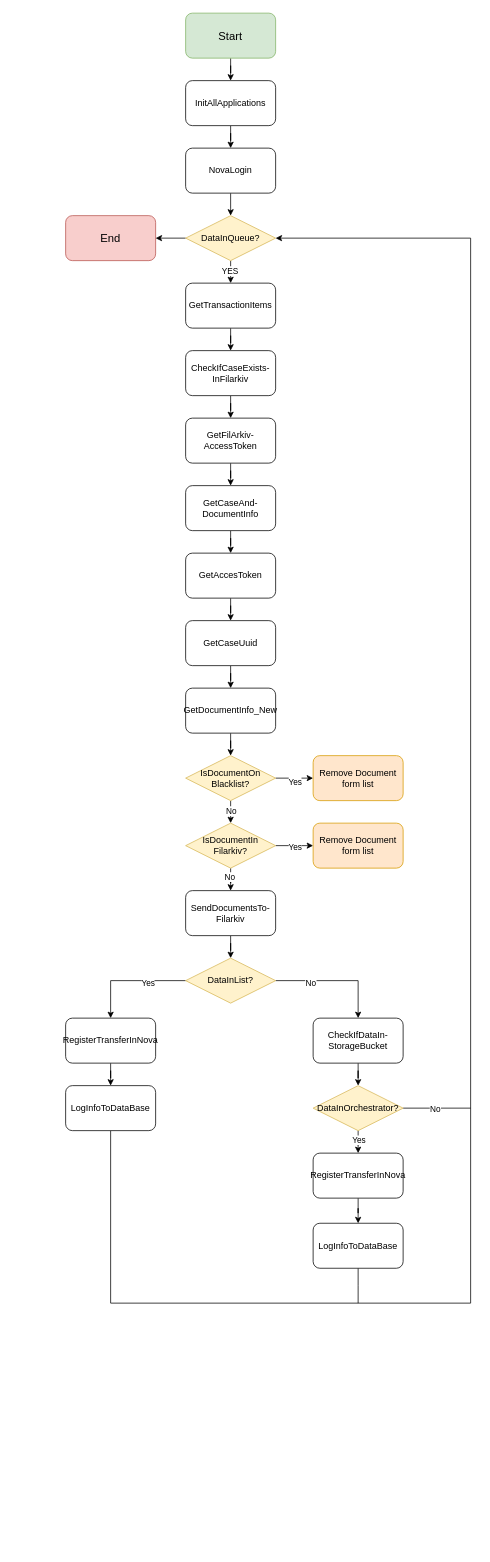
This is Documentation/NovaToFilarkiv.drawio from mtm-aarhus/NovaToFilarkiv, a draw.io file, before an edit. Source tidied: cells renumbered, new cells numbered last; positions are measured from the earlier drawing's top-left corner, leaving out a move shared by most shapes. Both pictures are drawn from the tidied source at 75%, with x=0, y=0 at pixel (65, 13).
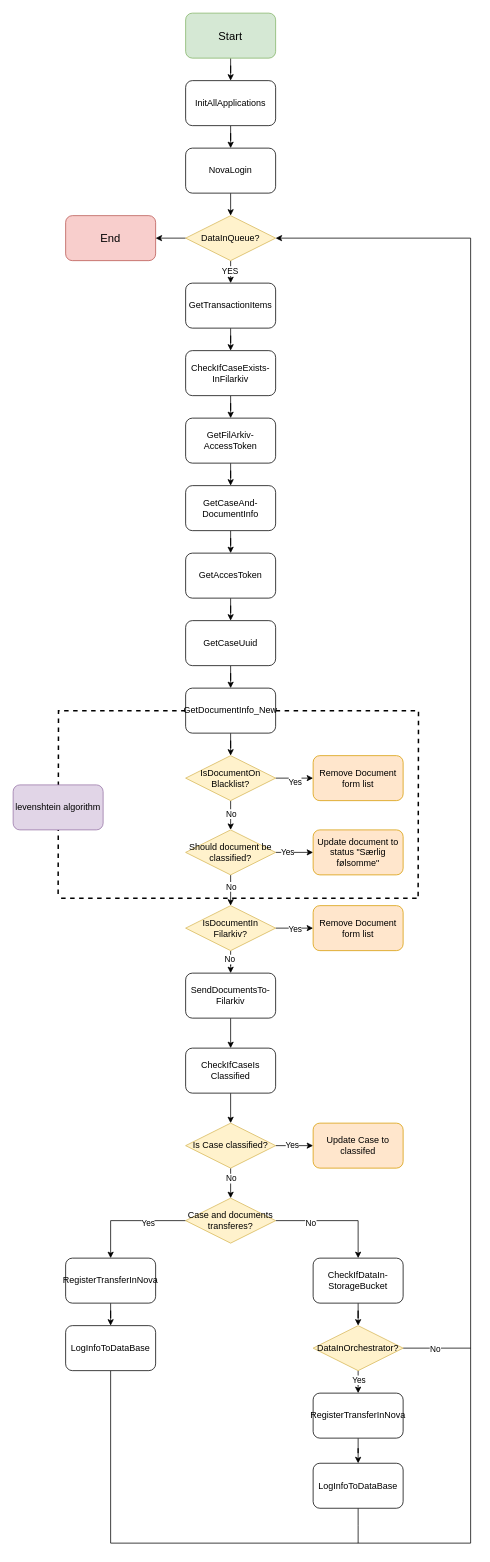
After the change.

Unchanged cells that the change refers to:
```xml
<mxCell id="11" value="DataInQueue?" style="rhombus;whiteSpace=wrap;html=1;fillColor=#fff2cc;strokeColor=#d6b656;" parent="1" vertex="1">
  <mxGeometry x="160" y="270" width="120" height="60" as="geometry" />
</mxCell>
<mxCell id="22" value="IsDocumentOn&lt;br&gt;Blacklist?" style="rhombus;whiteSpace=wrap;html=1;fillColor=#fff2cc;strokeColor=#d6b656;" parent="1" vertex="1">
  <mxGeometry x="160" y="990" width="120" height="60" as="geometry" />
</mxCell>
<mxCell id="36" value="GetDocumentInfo_New" style="rounded=1;whiteSpace=wrap;html=1;" parent="1" vertex="1">
  <mxGeometry x="160" y="900" width="120" height="60" as="geometry" />
</mxCell>
```

What changed in the source:
```diff
@@
     <mxCell id="17" value="RegisterTransferInNova" style="rounded=1;whiteSpace=wrap;html=1;" parent="1" vertex="1">
-      <mxGeometry y="1340" width="120" height="60" as="geometry" />
+      <mxGeometry y="1660" width="120" height="60" as="geometry" />
     </mxCell>
@@
-    <mxCell id="20" style="edgeStyle=orthogonalEdgeStyle;rounded=0;jettySize=auto;html=1;" parent="1" edge="1" source="22" target="42">
-      <mxGeometry relative="1" as="geometry" />
-    </mxCell>
-    <mxCell id="21" value="No" style="edgeLabel;html=1;align=center;verticalAlign=middle;" parent="20" vertex="1">
-      <mxGeometry x="0.32" relative="1" as="geometry" />
-    </mxCell>
+    <mxCell id="61" style="edgeStyle=orthogonalEdgeStyle;rounded=0;jettySize=auto;html=1;" parent="1" edge="1" source="22" target="70">
+      <mxGeometry relative="1" as="geometry" />
+    </mxCell>
+    <mxCell id="62" value="No" style="edgeLabel;html=1;align=center;verticalAlign=middle;" parent="61" vertex="1">
+      <mxGeometry x="-0.17" relative="1" as="geometry" />
+    </mxCell>
@@
     <mxCell id="24" value="CheckIfDataIn-&lt;br&gt;StorageBucket" style="rounded=1;whiteSpace=wrap;html=1;" parent="1" vertex="1">
-      <mxGeometry x="330" y="1340" width="120" height="60" as="geometry" />
+      <mxGeometry x="330" y="1660" width="120" height="60" as="geometry" />
     </mxCell>
     <mxCell id="25" style="edgeStyle=orthogonalEdgeStyle;rounded=0;jettySize=auto;html=1;entryX=1;entryY=0.5;entryDx=0;entryDy=0;" parent="1" edge="1" source="26" target="11">
       <mxGeometry relative="1" as="geometry">
         <Array as="points">
-          <mxPoint x="60" y="1720" />
-          <mxPoint x="540" y="1720" />
+          <mxPoint x="60" y="2040" />
+          <mxPoint x="540" y="2040" />
           <mxPoint x="540" y="300" />
         </Array>
       </mxGeometry>
     </mxCell>
     <mxCell id="26" value="LogInfoToDataBase" style="rounded=1;whiteSpace=wrap;html=1;" parent="1" vertex="1">
-      <mxGeometry y="1430" width="120" height="60" as="geometry" />
+      <mxGeometry y="1750" width="120" height="60" as="geometry" />
     </mxCell>
@@
+    <mxCell id="63" style="edgeStyle=orthogonalEdgeStyle;rounded=0;jettySize=auto;html=1;endArrow=none;endFill=0;dashed=1;strokeWidth=2;" parent="1" edge="1" source="36">
+      <mxGeometry relative="1" as="geometry">
+        <mxPoint x="470" y="1180" as="targetPoint" />
+      </mxGeometry>
+    </mxCell>
+    <mxCell id="64" style="edgeStyle=orthogonalEdgeStyle;rounded=0;jettySize=auto;html=1;endArrow=none;endFill=0;dashed=1;strokeWidth=2;" parent="1" edge="1" source="36">
+      <mxGeometry relative="1" as="geometry">
+        <mxPoint x="-10" y="1180" as="targetPoint" />
+      </mxGeometry>
+    </mxCell>
@@
     <mxCell id="42" value="IsDocumentIn&lt;br&gt;Filarkiv?" style="rhombus;whiteSpace=wrap;html=1;fillColor=#fff2cc;strokeColor=#d6b656;" parent="1" vertex="1">
-      <mxGeometry x="160" y="1080" width="120" height="60" as="geometry" />
+      <mxGeometry x="160" y="1190" width="120" height="60" as="geometry" />
     </mxCell>
     <mxCell id="43" value="Remove Document&lt;br&gt;form list" style="rounded=1;whiteSpace=wrap;html=1;fillColor=#ffe6cc;strokeColor=#d79b00;" parent="1" vertex="1">
-      <mxGeometry x="330" y="1080" width="120" height="60" as="geometry" />
+      <mxGeometry x="330" y="1190" width="120" height="60" as="geometry" />
     </mxCell>
-    <mxCell id="44" style="edgeStyle=orthogonalEdgeStyle;rounded=0;jettySize=auto;html=1;" parent="1" edge="1" source="45" target="50">
-      <mxGeometry relative="1" as="geometry" />
-    </mxCell>
+    <mxCell id="65" style="edgeStyle=orthogonalEdgeStyle;rounded=0;jettySize=auto;html=1;" parent="1" edge="1" source="45" target="75">
+      <mxGeometry relative="1" as="geometry" />
+    </mxCell>
     <mxCell id="45" value="SendDocumentsTo-&lt;br&gt;Filarkiv" style="rounded=1;whiteSpace=wrap;html=1;" parent="1" vertex="1">
-      <mxGeometry x="160" y="1170" width="120" height="60" as="geometry" />
+      <mxGeometry x="160" y="1280" width="120" height="60" as="geometry" />
     </mxCell>
@@
-    <mxCell id="50" value="DataInList?" style="rhombus;whiteSpace=wrap;html=1;fillColor=#fff2cc;strokeColor=#d6b656;" parent="1" vertex="1">
-      <mxGeometry x="160" y="1260" width="120" height="60" as="geometry" />
+    <mxCell id="50" value="Case and documents transferes?" style="rhombus;whiteSpace=wrap;html=1;fillColor=#fff2cc;strokeColor=#d6b656;" parent="1" vertex="1">
+      <mxGeometry x="160" y="1580" width="120" height="60" as="geometry" />
     </mxCell>
@@
     <mxCell id="53" style="edgeStyle=orthogonalEdgeStyle;rounded=0;jettySize=auto;html=1;endArrow=none;endFill=0;" parent="1" edge="1" source="55">
       <mxGeometry relative="1" as="geometry">
-        <mxPoint x="540" y="1460" as="targetPoint" />
+        <mxPoint x="540" y="1780" as="targetPoint" />
       </mxGeometry>
     </mxCell>
@@
     <mxCell id="55" value="DataInOrchestrator?" style="rhombus;whiteSpace=wrap;html=1;fillColor=#fff2cc;strokeColor=#d6b656;" parent="1" vertex="1">
-      <mxGeometry x="330" y="1430" width="120" height="60" as="geometry" />
+      <mxGeometry x="330" y="1750" width="120" height="60" as="geometry" />
     </mxCell>
@@
     <mxCell id="57" value="RegisterTransferInNova" style="rounded=1;whiteSpace=wrap;html=1;" parent="1" vertex="1">
-      <mxGeometry x="330" y="1520" width="120" height="60" as="geometry" />
+      <mxGeometry x="330" y="1840" width="120" height="60" as="geometry" />
     </mxCell>
     <mxCell id="58" style="edgeStyle=orthogonalEdgeStyle;rounded=0;jettySize=auto;html=1;endArrow=none;endFill=0;" parent="1" edge="1" source="59">
       <mxGeometry relative="1" as="geometry">
-        <mxPoint x="390" y="1720" as="targetPoint" />
+        <mxPoint x="390" y="2040" as="targetPoint" />
       </mxGeometry>
     </mxCell>
     <mxCell id="59" value="LogInfoToDataBase" style="rounded=1;whiteSpace=wrap;html=1;" parent="1" vertex="1">
-      <mxGeometry x="330" y="1613.5" width="120" height="60" as="geometry" />
+      <mxGeometry x="330" y="1933.5" width="120" height="60" as="geometry" />
     </mxCell>
@@
+    <mxCell id="66" style="edgeStyle=orthogonalEdgeStyle;rounded=0;jettySize=auto;html=1;" parent="1" edge="1" source="70" target="42">
+      <mxGeometry relative="1" as="geometry" />
+    </mxCell>
+    <mxCell id="67" value="No" style="edgeLabel;html=1;align=center;verticalAlign=middle;" parent="66" vertex="1">
+      <mxGeometry x="-0.27" relative="1" as="geometry" />
+    </mxCell>
+    <mxCell id="68" style="edgeStyle=orthogonalEdgeStyle;rounded=0;jettySize=auto;html=1;" parent="1" edge="1" source="70" target="71">
+      <mxGeometry relative="1" as="geometry" />
+    </mxCell>
+    <mxCell id="69" value="Yes" style="edgeLabel;html=1;align=center;verticalAlign=middle;" parent="68" vertex="1">
+      <mxGeometry x="-0.4" y="1" relative="1" as="geometry" />
+    </mxCell>
+    <mxCell id="70" value="Should document be classified?" style="rhombus;whiteSpace=wrap;html=1;fillColor=#fff2cc;strokeColor=#d6b656;" parent="1" vertex="1">
+      <mxGeometry x="160" y="1089" width="120" height="60" as="geometry" />
+    </mxCell>
+    <mxCell id="71" value="Update document to status &quot;Særlig følsomme&quot;" style="rounded=1;whiteSpace=wrap;html=1;fillColor=#ffe6cc;strokeColor=#d79b00;" parent="1" vertex="1">
+      <mxGeometry x="330" y="1089" width="120" height="60" as="geometry" />
+    </mxCell>
+    <mxCell id="72" value="levenshtein algorithm" style="rounded=1;whiteSpace=wrap;html=1;fillColor=#e1d5e7;strokeColor=#9673a6;" parent="1" vertex="1">
+      <mxGeometry x="-70" y="1029" width="120" height="60" as="geometry" />
+    </mxCell>
+    <mxCell id="73" style="endArrow=none;dashed=1;html=1;rounded=0;strokeWidth=2;" parent="1" edge="1">
+      <mxGeometry relative="1" as="geometry">
+        <mxPoint x="-6" y="1180" as="sourcePoint" />
+        <mxPoint x="474" y="1180" as="targetPoint" />
+      </mxGeometry>
+    </mxCell>
+    <mxCell id="74" style="edgeStyle=orthogonalEdgeStyle;rounded=0;jettySize=auto;html=1;" parent="1" edge="1" source="75" target="80">
+      <mxGeometry relative="1" as="geometry" />
+    </mxCell>
+    <mxCell id="75" value="CheckIfCaseIs&lt;div&gt;Classified&lt;/div&gt;" style="rounded=1;whiteSpace=wrap;html=1;" parent="1" vertex="1">
+      <mxGeometry x="160" y="1380" width="120" height="60" as="geometry" />
+    </mxCell>
+    <mxCell id="76" style="edgeStyle=orthogonalEdgeStyle;rounded=0;jettySize=auto;html=1;" parent="1" edge="1" source="80" target="50">
+      <mxGeometry relative="1" as="geometry" />
+    </mxCell>
+    <mxCell id="77" value="No" style="edgeLabel;html=1;align=center;verticalAlign=middle;" parent="76" vertex="1">
+      <mxGeometry x="-0.35" relative="1" as="geometry" />
+    </mxCell>
+    <mxCell id="78" style="edgeStyle=orthogonalEdgeStyle;rounded=0;jettySize=auto;html=1;" parent="1" edge="1" source="80" target="81">
+      <mxGeometry relative="1" as="geometry" />
+    </mxCell>
+    <mxCell id="79" value="Yes" style="edgeLabel;html=1;align=center;verticalAlign=middle;" parent="78" vertex="1">
+      <mxGeometry x="-0.16" y="1" relative="1" as="geometry" />
+    </mxCell>
+    <mxCell id="80" value="Is Case classified?" style="rhombus;whiteSpace=wrap;html=1;fillColor=#fff2cc;strokeColor=#d6b656;" parent="1" vertex="1">
+      <mxGeometry x="160" y="1480" width="120" height="60" as="geometry" />
+    </mxCell>
+    <mxCell id="81" value="Update Case to classifed" style="rounded=1;whiteSpace=wrap;html=1;fillColor=#ffe6cc;strokeColor=#d79b00;" parent="1" vertex="1">
+      <mxGeometry x="330" y="1480" width="120" height="60" as="geometry" />
+    </mxCell>
```
